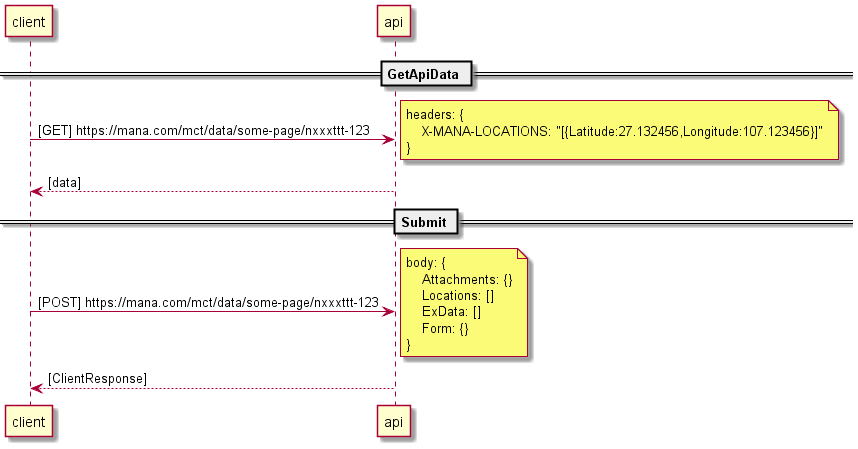
Before: ManaRequestBody/out/sequence/sequence.png, a diagram exported from PlantUML (BugLordTO/cart-ideas).
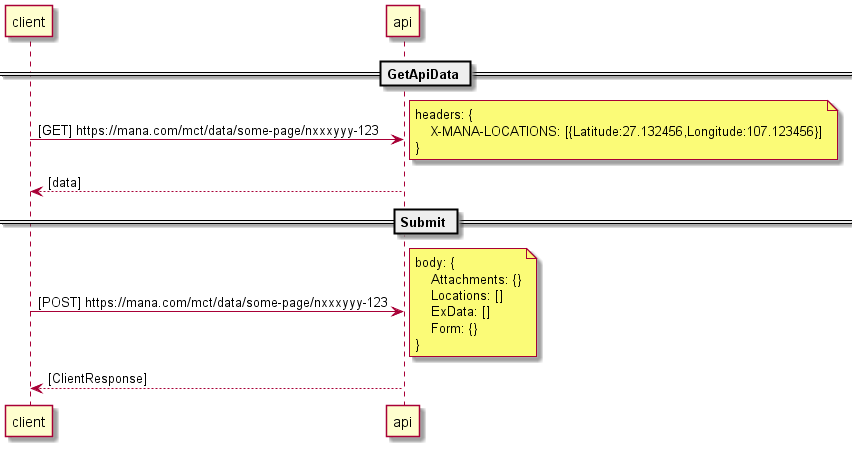
After the commit.

Diff of the diagram source:
```diff
@@ -5,17 +5,17 @@
 
 == GetApiData ==
 
-client -> api : [GET] https://mana.com/mct/data/some-page/nxxxttt-123
+client -> api : [GET] https://mana.com/mct/data/some-page/nxxxyyy-123
 note right
 headers: {
-    X-MANA-LOCATIONS: "[{Latitude:27.132456,Longitude:107.123456}]"
+    X-MANA-LOCATIONS: [{Latitude:27.132456,Longitude:107.123456}]
 }
 endnote
 client <-- api : [data]
 
 == Submit ==
 
-client -> api : [POST] https://mana.com/mct/data/some-page/nxxxttt-123
+client -> api : [POST] https://mana.com/mct/data/some-page/nxxxyyy-123
 note right
 body: {
     Attachments: {}
```
